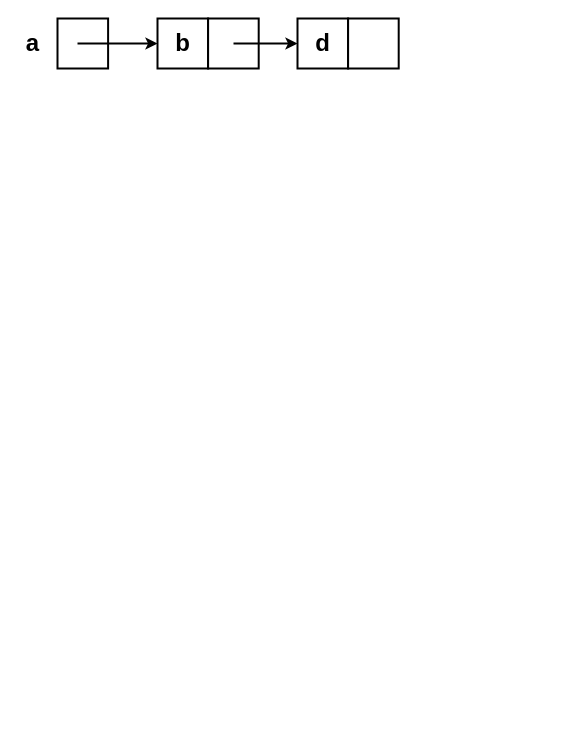
The draw.io diagram ds_graphs/drawio/adj-list.drawio in francisco-ricardo/ntm_post, before the edit. Source tidied: cells renumbered, new cells numbered last; positions are measured from the earlier drawing's top-left corner, leaving out a move shared by most shapes. Both pictures are drawn from the tidied source at 100%, with x=0, y=0 at pixel (17, 18).
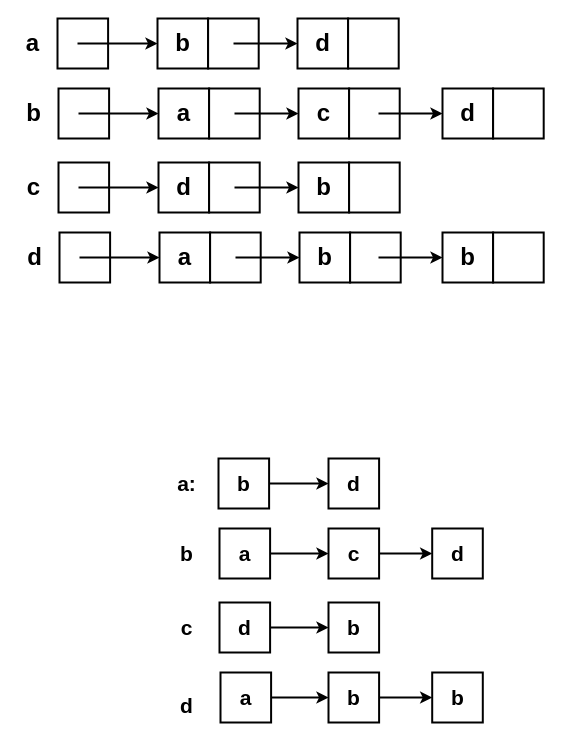
The same page after the edit.

Commit message (it also covers changes not shown here):
Keep working on graphs

Changes to be committed:
	modified:   ds_graphs/drawio/adj-list.drawio
	modified:   ds_graphs/drawio/graph.drawio

The edit, as a diff of the source:
```diff
@@
+    <mxCell id="12" style="whiteSpace=wrap;html=1;strokeWidth=2;" parent="1" vertex="1">
+      <mxGeometry x="425" y="70" width="50.6" height="50" as="geometry" />
+    </mxCell>
+    <mxCell id="13" style="whiteSpace=wrap;html=1;strokeWidth=2;" parent="1" vertex="1">
+      <mxGeometry x="475.6" y="70" width="50.6" height="50" as="geometry" />
+    </mxCell>
+    <mxCell id="14" value="d" style="text;strokeColor=none;fillColor=none;html=1;fontSize=24;fontStyle=1;verticalAlign=middle;align=center;" parent="1" vertex="1">
+      <mxGeometry x="435.3" y="85" width="30" height="20" as="geometry" />
+    </mxCell>
+    <mxCell id="15" style="whiteSpace=wrap;html=1;strokeWidth=2;" parent="1" vertex="1">
+      <mxGeometry x="41" y="70" width="50.6" height="50" as="geometry" />
+    </mxCell>
+    <mxCell id="16" style="whiteSpace=wrap;html=1;strokeWidth=2;" parent="1" vertex="1">
+      <mxGeometry x="141" y="70" width="50.6" height="50" as="geometry" />
+    </mxCell>
+    <mxCell id="17" style="endArrow=classic;html=1;rounded=0;entryX=0;entryY=0.5;entryDx=0;entryDy=0;strokeWidth=2;" parent="1" edge="1" target="16">
+      <mxGeometry relative="1" as="geometry">
+        <mxPoint x="61" y="95" as="sourcePoint" />
+      </mxGeometry>
+    </mxCell>
+    <mxCell id="18" value="b" style="text;strokeColor=none;fillColor=none;html=1;fontSize=24;fontStyle=1;verticalAlign=middle;align=center;" parent="1" vertex="1">
+      <mxGeometry x="1" y="85" width="30" height="20" as="geometry" />
+    </mxCell>
+    <mxCell id="19" value="a" style="text;strokeColor=none;fillColor=none;html=1;fontSize=24;fontStyle=1;verticalAlign=middle;align=center;" parent="1" vertex="1">
+      <mxGeometry x="151.3" y="85" width="30" height="20" as="geometry" />
+    </mxCell>
+    <mxCell id="20" style="whiteSpace=wrap;html=1;strokeWidth=2;" parent="1" vertex="1">
+      <mxGeometry x="191.6" y="70" width="50.6" height="50" as="geometry" />
+    </mxCell>
+    <mxCell id="21" style="whiteSpace=wrap;html=1;strokeWidth=2;" parent="1" vertex="1">
+      <mxGeometry x="281" y="70" width="50.6" height="50" as="geometry" />
+    </mxCell>
+    <mxCell id="22" style="whiteSpace=wrap;html=1;strokeWidth=2;" parent="1" vertex="1">
+      <mxGeometry x="331.6" y="70" width="50.6" height="50" as="geometry" />
+    </mxCell>
+    <mxCell id="23" value="c" style="text;strokeColor=none;fillColor=none;html=1;fontSize=24;fontStyle=1;verticalAlign=middle;align=center;" parent="1" vertex="1">
+      <mxGeometry x="291.3" y="85" width="30" height="20" as="geometry" />
+    </mxCell>
+    <mxCell id="24" style="endArrow=classic;html=1;rounded=0;entryX=0;entryY=0.5;entryDx=0;entryDy=0;strokeWidth=2;" parent="1" edge="1" target="21">
+      <mxGeometry relative="1" as="geometry">
+        <mxPoint x="217" y="95" as="sourcePoint" />
+      </mxGeometry>
+    </mxCell>
+    <mxCell id="25" style="whiteSpace=wrap;html=1;strokeWidth=2;" parent="1" vertex="1">
+      <mxGeometry x="41" y="144" width="50.6" height="50" as="geometry" />
+    </mxCell>
+    <mxCell id="26" style="whiteSpace=wrap;html=1;strokeWidth=2;" parent="1" vertex="1">
+      <mxGeometry x="141" y="144" width="50.6" height="50" as="geometry" />
+    </mxCell>
+    <mxCell id="27" style="endArrow=classic;html=1;rounded=0;entryX=0;entryY=0.5;entryDx=0;entryDy=0;strokeWidth=2;" parent="1" edge="1" target="26">
+      <mxGeometry relative="1" as="geometry">
+        <mxPoint x="61" y="169" as="sourcePoint" />
+      </mxGeometry>
+    </mxCell>
+    <mxCell id="28" value="c" style="text;strokeColor=none;fillColor=none;html=1;fontSize=24;fontStyle=1;verticalAlign=middle;align=center;" parent="1" vertex="1">
+      <mxGeometry x="1" y="159" width="30" height="20" as="geometry" />
+    </mxCell>
+    <mxCell id="29" value="d" style="text;strokeColor=none;fillColor=none;html=1;fontSize=24;fontStyle=1;verticalAlign=middle;align=center;" parent="1" vertex="1">
+      <mxGeometry x="151.3" y="159" width="30" height="20" as="geometry" />
+    </mxCell>
+    <mxCell id="30" style="whiteSpace=wrap;html=1;strokeWidth=2;" parent="1" vertex="1">
+      <mxGeometry x="191.6" y="144" width="50.6" height="50" as="geometry" />
+    </mxCell>
+    <mxCell id="31" style="whiteSpace=wrap;html=1;strokeWidth=2;" parent="1" vertex="1">
+      <mxGeometry x="281" y="144" width="50.6" height="50" as="geometry" />
+    </mxCell>
+    <mxCell id="32" style="whiteSpace=wrap;html=1;strokeWidth=2;" parent="1" vertex="1">
+      <mxGeometry x="331.6" y="144" width="50.6" height="50" as="geometry" />
+    </mxCell>
+    <mxCell id="33" value="b" style="text;strokeColor=none;fillColor=none;html=1;fontSize=24;fontStyle=1;verticalAlign=middle;align=center;" parent="1" vertex="1">
+      <mxGeometry x="291.3" y="159" width="30" height="20" as="geometry" />
+    </mxCell>
+    <mxCell id="34" style="endArrow=classic;html=1;rounded=0;entryX=0;entryY=0.5;entryDx=0;entryDy=0;strokeWidth=2;" parent="1" edge="1" target="31">
+      <mxGeometry relative="1" as="geometry">
+        <mxPoint x="217" y="169" as="sourcePoint" />
+      </mxGeometry>
+    </mxCell>
+    <mxCell id="35" style="whiteSpace=wrap;html=1;strokeWidth=2;" parent="1" vertex="1">
+      <mxGeometry x="42" y="214" width="50.6" height="50" as="geometry" />
+    </mxCell>
+    <mxCell id="36" style="whiteSpace=wrap;html=1;strokeWidth=2;" parent="1" vertex="1">
+      <mxGeometry x="142" y="214" width="50.6" height="50" as="geometry" />
+    </mxCell>
+    <mxCell id="37" style="endArrow=classic;html=1;rounded=0;entryX=0;entryY=0.5;entryDx=0;entryDy=0;strokeWidth=2;" parent="1" edge="1" target="36">
+      <mxGeometry relative="1" as="geometry">
+        <mxPoint x="62" y="239" as="sourcePoint" />
+      </mxGeometry>
+    </mxCell>
+    <mxCell id="38" value="d" style="text;strokeColor=none;fillColor=none;html=1;fontSize=24;fontStyle=1;verticalAlign=middle;align=center;" parent="1" vertex="1">
+      <mxGeometry x="2" y="229" width="30" height="20" as="geometry" />
+    </mxCell>
+    <mxCell id="39" value="a" style="text;strokeColor=none;fillColor=none;html=1;fontSize=24;fontStyle=1;verticalAlign=middle;align=center;" parent="1" vertex="1">
+      <mxGeometry x="152.3" y="229" width="30" height="20" as="geometry" />
+    </mxCell>
+    <mxCell id="40" style="whiteSpace=wrap;html=1;strokeWidth=2;" parent="1" vertex="1">
+      <mxGeometry x="192.6" y="214" width="50.6" height="50" as="geometry" />
+    </mxCell>
+    <mxCell id="41" style="whiteSpace=wrap;html=1;strokeWidth=2;" parent="1" vertex="1">
+      <mxGeometry x="282" y="214" width="50.6" height="50" as="geometry" />
+    </mxCell>
+    <mxCell id="42" style="whiteSpace=wrap;html=1;strokeWidth=2;" parent="1" vertex="1">
+      <mxGeometry x="332.6" y="214" width="50.6" height="50" as="geometry" />
+    </mxCell>
+    <mxCell id="43" value="b" style="text;strokeColor=none;fillColor=none;html=1;fontSize=24;fontStyle=1;verticalAlign=middle;align=center;" parent="1" vertex="1">
+      <mxGeometry x="292.3" y="229" width="30" height="20" as="geometry" />
+    </mxCell>
+    <mxCell id="44" style="endArrow=classic;html=1;rounded=0;entryX=0;entryY=0.5;entryDx=0;entryDy=0;strokeWidth=2;" parent="1" edge="1" target="41">
+      <mxGeometry relative="1" as="geometry">
+        <mxPoint x="218" y="239" as="sourcePoint" />
+      </mxGeometry>
+    </mxCell>
+    <mxCell id="45" style="endArrow=classic;html=1;rounded=0;entryX=0;entryY=0.5;entryDx=0;entryDy=0;strokeWidth=2;" parent="1" edge="1" target="12">
+      <mxGeometry relative="1" as="geometry">
+        <mxPoint x="361" y="95" as="sourcePoint" />
+      </mxGeometry>
+    </mxCell>
+    <mxCell id="46" style="whiteSpace=wrap;html=1;strokeWidth=2;" parent="1" vertex="1">
+      <mxGeometry x="425" y="214" width="50.6" height="50" as="geometry" />
+    </mxCell>
+    <mxCell id="47" style="whiteSpace=wrap;html=1;strokeWidth=2;" parent="1" vertex="1">
+      <mxGeometry x="475.6" y="214" width="50.6" height="50" as="geometry" />
+    </mxCell>
+    <mxCell id="48" value="b" style="text;strokeColor=none;fillColor=none;html=1;fontSize=24;fontStyle=1;verticalAlign=middle;align=center;" parent="1" vertex="1">
+      <mxGeometry x="435.3" y="229" width="30" height="20" as="geometry" />
+    </mxCell>
+    <mxCell id="49" style="endArrow=classic;html=1;rounded=0;entryX=0;entryY=0.5;entryDx=0;entryDy=0;strokeWidth=2;" parent="1" edge="1" target="46">
+      <mxGeometry relative="1" as="geometry">
+        <mxPoint x="361" y="239" as="sourcePoint" />
+      </mxGeometry>
+    </mxCell>
+    <mxCell id="50" style="whiteSpace=wrap;html=1;strokeWidth=2;fontSize=21;" parent="1" vertex="1">
+      <mxGeometry x="201" y="440" width="50.6" height="50" as="geometry" />
+    </mxCell>
+    <mxCell id="51" value="a:" style="text;strokeColor=none;fillColor=none;html=1;fontSize=21;fontStyle=1;verticalAlign=middle;align=center;" parent="1" vertex="1">
+      <mxGeometry x="153.6" y="455" width="30" height="20" as="geometry" />
+    </mxCell>
+    <mxCell id="52" value="b" style="text;strokeColor=none;fillColor=none;html=1;fontSize=21;fontStyle=1;verticalAlign=middle;align=center;" parent="1" vertex="1">
+      <mxGeometry x="211.3" y="455" width="30" height="20" as="geometry" />
+    </mxCell>
+    <mxCell id="53" style="whiteSpace=wrap;html=1;strokeWidth=2;fontSize=21;" parent="1" vertex="1">
+      <mxGeometry x="311" y="440" width="50.6" height="50" as="geometry" />
+    </mxCell>
+    <mxCell id="54" value="d" style="text;strokeColor=none;fillColor=none;html=1;fontSize=21;fontStyle=1;verticalAlign=middle;align=center;" parent="1" vertex="1">
+      <mxGeometry x="321.3" y="455" width="30" height="20" as="geometry" />
+    </mxCell>
+    <mxCell id="55" style="endArrow=classic;html=1;rounded=0;entryX=0;entryY=0.5;entryDx=0;entryDy=0;strokeWidth=2;exitX=1;exitY=0.5;exitDx=0;exitDy=0;fontSize=21;" parent="1" edge="1" source="50" target="53">
+      <mxGeometry relative="1" as="geometry" />
+    </mxCell>
+    <mxCell id="56" style="whiteSpace=wrap;html=1;strokeWidth=2;fontSize=21;" parent="1" vertex="1">
+      <mxGeometry x="414.7" y="510" width="50.6" height="50" as="geometry" />
+    </mxCell>
+    <mxCell id="57" value="d" style="text;strokeColor=none;fillColor=none;html=1;fontSize=21;fontStyle=1;verticalAlign=middle;align=center;" parent="1" vertex="1">
+      <mxGeometry x="425" y="525" width="30" height="20" as="geometry" />
+    </mxCell>
+    <mxCell id="58" style="whiteSpace=wrap;html=1;strokeWidth=2;fontSize=21;" parent="1" vertex="1">
+      <mxGeometry x="202" y="510" width="50.6" height="50" as="geometry" />
+    </mxCell>
+    <mxCell id="59" value="b" style="text;strokeColor=none;fillColor=none;html=1;fontSize=21;fontStyle=1;verticalAlign=middle;align=center;" parent="1" vertex="1">
+      <mxGeometry x="153.6" y="525" width="30" height="20" as="geometry" />
+    </mxCell>
+    <mxCell id="60" value="a" style="text;strokeColor=none;fillColor=none;html=1;fontSize=21;fontStyle=1;verticalAlign=middle;align=center;" parent="1" vertex="1">
+      <mxGeometry x="212.3" y="525" width="30" height="20" as="geometry" />
+    </mxCell>
+    <mxCell id="61" style="whiteSpace=wrap;html=1;strokeWidth=2;fontSize=21;" parent="1" vertex="1">
+      <mxGeometry x="311" y="510" width="50.6" height="50" as="geometry" />
+    </mxCell>
+    <mxCell id="62" value="c" style="text;strokeColor=none;fillColor=none;html=1;fontSize=21;fontStyle=1;verticalAlign=middle;align=center;" parent="1" vertex="1">
+      <mxGeometry x="321.3" y="525" width="30" height="20" as="geometry" />
+    </mxCell>
+    <mxCell id="63" style="endArrow=classic;html=1;rounded=0;entryX=0;entryY=0.5;entryDx=0;entryDy=0;strokeWidth=2;fontSize=21;exitX=1;exitY=0.5;exitDx=0;exitDy=0;" parent="1" edge="1" source="58" target="61">
+      <mxGeometry relative="1" as="geometry" />
+    </mxCell>
+    <mxCell id="64" style="whiteSpace=wrap;html=1;strokeWidth=2;fontSize=21;" parent="1" vertex="1">
+      <mxGeometry x="202" y="584" width="50.6" height="50" as="geometry" />
+    </mxCell>
+    <mxCell id="65" value="c" style="text;strokeColor=none;fillColor=none;html=1;fontSize=21;fontStyle=1;verticalAlign=middle;align=center;" parent="1" vertex="1">
+      <mxGeometry x="153.6" y="599" width="30" height="20" as="geometry" />
+    </mxCell>
+    <mxCell id="66" value="d" style="text;strokeColor=none;fillColor=none;html=1;fontSize=21;fontStyle=1;verticalAlign=middle;align=center;" parent="1" vertex="1">
+      <mxGeometry x="212.3" y="599" width="30" height="20" as="geometry" />
+    </mxCell>
+    <mxCell id="67" style="whiteSpace=wrap;html=1;strokeWidth=2;fontSize=21;" parent="1" vertex="1">
+      <mxGeometry x="311" y="584" width="50.6" height="50" as="geometry" />
+    </mxCell>
+    <mxCell id="68" value="b" style="text;strokeColor=none;fillColor=none;html=1;fontSize=21;fontStyle=1;verticalAlign=middle;align=center;" parent="1" vertex="1">
+      <mxGeometry x="321.3" y="599" width="30" height="20" as="geometry" />
+    </mxCell>
+    <mxCell id="69" style="endArrow=classic;html=1;rounded=0;entryX=0;entryY=0.5;entryDx=0;entryDy=0;strokeWidth=2;fontSize=21;exitX=1;exitY=0.5;exitDx=0;exitDy=0;" parent="1" edge="1" source="64" target="67">
+      <mxGeometry relative="1" as="geometry" />
+    </mxCell>
+    <mxCell id="70" style="whiteSpace=wrap;html=1;strokeWidth=2;fontSize=21;" parent="1" vertex="1">
+      <mxGeometry x="203" y="654" width="50.6" height="50" as="geometry" />
+    </mxCell>
+    <mxCell id="71" value="d" style="text;strokeColor=none;fillColor=none;html=1;fontSize=21;fontStyle=1;verticalAlign=middle;align=center;" parent="1" vertex="1">
+      <mxGeometry x="153.6" y="677" width="30" height="20" as="geometry" />
+    </mxCell>
+    <mxCell id="72" value="a" style="text;strokeColor=none;fillColor=none;html=1;fontSize=21;fontStyle=1;verticalAlign=middle;align=center;" parent="1" vertex="1">
+      <mxGeometry x="213.3" y="669" width="30" height="20" as="geometry" />
+    </mxCell>
+    <mxCell id="73" style="whiteSpace=wrap;html=1;strokeWidth=2;fontSize=21;" parent="1" vertex="1">
+      <mxGeometry x="311" y="654" width="50.6" height="50" as="geometry" />
+    </mxCell>
+    <mxCell id="74" value="b" style="text;strokeColor=none;fillColor=none;html=1;fontSize=21;fontStyle=1;verticalAlign=middle;align=center;" parent="1" vertex="1">
+      <mxGeometry x="321.3" y="669" width="30" height="20" as="geometry" />
+    </mxCell>
+    <mxCell id="75" style="endArrow=classic;html=1;rounded=0;entryX=0;entryY=0.5;entryDx=0;entryDy=0;strokeWidth=2;fontSize=21;exitX=1;exitY=0.5;exitDx=0;exitDy=0;" parent="1" edge="1" source="70" target="73">
+      <mxGeometry relative="1" as="geometry" />
+    </mxCell>
+    <mxCell id="76" style="endArrow=classic;html=1;rounded=0;entryX=0;entryY=0.5;entryDx=0;entryDy=0;strokeWidth=2;fontSize=21;exitX=1;exitY=0.5;exitDx=0;exitDy=0;" parent="1" edge="1" source="61" target="56">
+      <mxGeometry relative="1" as="geometry" />
+    </mxCell>
+    <mxCell id="77" style="whiteSpace=wrap;html=1;strokeWidth=2;fontSize=21;" parent="1" vertex="1">
+      <mxGeometry x="414.7" y="654" width="50.6" height="50" as="geometry" />
+    </mxCell>
+    <mxCell id="78" value="b" style="text;strokeColor=none;fillColor=none;html=1;fontSize=21;fontStyle=1;verticalAlign=middle;align=center;" parent="1" vertex="1">
+      <mxGeometry x="425" y="669" width="30" height="20" as="geometry" />
+    </mxCell>
+    <mxCell id="79" style="endArrow=classic;html=1;rounded=0;entryX=0;entryY=0.5;entryDx=0;entryDy=0;strokeWidth=2;fontSize=21;exitX=1;exitY=0.5;exitDx=0;exitDy=0;" parent="1" edge="1" source="73" target="77">
+      <mxGeometry relative="1" as="geometry" />
+    </mxCell>
```
